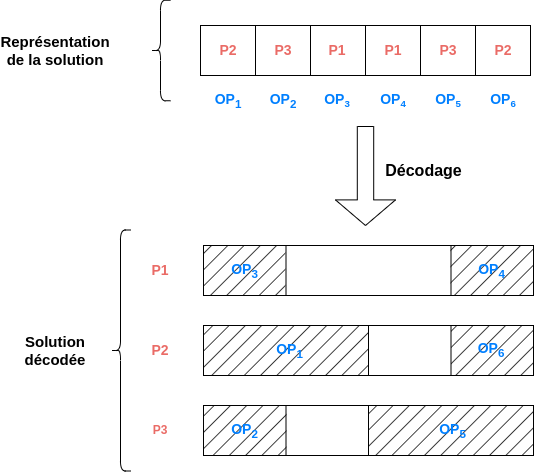
Above: Images/Schema/Modelisation.drawio.png in gasparddannet/AI_Project (draw.io), before the change. Source tidied: cells renumbered, new cells last; positions are measured from the earlier drawing's top-left corner, leaving out a move shared by most shapes.
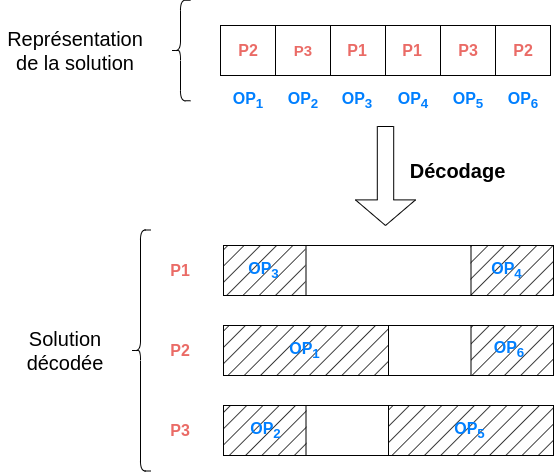
After the commit.

Change to the diagram source:
```diff
@@ -20,8 +20,8 @@
     <mxCell id="7" style="rounded=0;whiteSpace=wrap;html=1;fillColor=#000000;fillStyle=hatch;strokeColor=none;" parent="1" vertex="1">
       <mxGeometry x="450.5" y="325" width="83" height="50" as="geometry" />
     </mxCell>
-    <mxCell id="8" value="&lt;font style=&quot;font-size: 14px;&quot; color=&quot;#007fff&quot;&gt;&lt;b&gt;OP&lt;span style=&quot;&quot;&gt;&lt;sub&gt;6&lt;/sub&gt;&lt;/span&gt;&lt;/b&gt;&lt;/font&gt;" style="text;html=1;strokeColor=none;fillColor=none;align=center;verticalAlign=middle;whiteSpace=wrap;rounded=0;" parent="1" vertex="1">
-      <mxGeometry x="451" y="324" width="80" height="50" as="geometry" />
+    <mxCell id="8" value="&lt;font style=&quot;font-size: 16px;&quot; color=&quot;#007fff&quot;&gt;&lt;b&gt;OP&lt;span style=&quot;&quot;&gt;&lt;sub&gt;6&lt;/sub&gt;&lt;/span&gt;&lt;/b&gt;&lt;/font&gt;" style="text;html=1;strokeColor=none;fillColor=none;align=center;verticalAlign=middle;whiteSpace=wrap;rounded=0;" parent="1" vertex="1">
+      <mxGeometry x="449" y="324" width="80" height="50" as="geometry" />
     </mxCell>
     <mxCell id="9" style="rounded=0;whiteSpace=wrap;html=1;fillColor=#000000;fillStyle=hatch;strokeColor=none;" parent="1" vertex="1">
       <mxGeometry x="203" y="325" width="165" height="50" as="geometry" />
@@ -32,37 +32,37 @@
     <mxCell id="11" style="rounded=0;whiteSpace=wrap;html=1;fillColor=#000000;fillStyle=hatch;strokeColor=none;" parent="1" vertex="1">
       <mxGeometry x="203" y="245" width="82" height="50" as="geometry" />
     </mxCell>
-    <mxCell id="12" style="shape=process;whiteSpace=wrap;html=1;backgroundOutline=1;size=0.5;" parent="1" vertex="1">
+    <mxCell id="12" style="shape=process;whiteSpace=wrap;html=1;backgroundOutline=1;size=0.5;fillColor=none;" parent="1" vertex="1">
       <mxGeometry x="200" y="25" width="110" height="50" as="geometry" />
     </mxCell>
-    <mxCell id="13" style="shape=process;whiteSpace=wrap;html=1;backgroundOutline=1;size=0.5;align=center;" parent="1" vertex="1">
+    <mxCell id="13" style="shape=process;whiteSpace=wrap;html=1;backgroundOutline=1;size=0.5;align=center;fillColor=none;" parent="1" vertex="1">
       <mxGeometry x="310" y="25" width="110" height="50" as="geometry" />
     </mxCell>
-    <mxCell id="14" style="shape=process;whiteSpace=wrap;html=1;backgroundOutline=1;size=0.5;" parent="1" vertex="1">
+    <mxCell id="14" style="shape=process;whiteSpace=wrap;html=1;backgroundOutline=1;size=0.5;fillColor=none;" parent="1" vertex="1">
       <mxGeometry x="420" y="25" width="110" height="50" as="geometry" />
     </mxCell>
-    <mxCell id="15" style="shape=singleArrow;direction=south;whiteSpace=wrap;html=1;arrowWidth=0.273333740234375;arrowSize=0.2585859202375316;" parent="1" vertex="1">
+    <mxCell id="15" style="shape=singleArrow;direction=south;whiteSpace=wrap;html=1;arrowWidth=0.273333740234375;arrowSize=0.2585859202375316;fillColor=none;" parent="1" vertex="1">
       <mxGeometry x="335" y="126" width="60" height="99" as="geometry" />
     </mxCell>
-    <mxCell id="16" value="&lt;font style=&quot;font-size: 14px;&quot; color=&quot;#ea6b66&quot;&gt;&lt;b&gt;P2&lt;/b&gt;&lt;/font&gt;" style="text;html=1;strokeColor=none;fillColor=none;align=center;verticalAlign=middle;whiteSpace=wrap;rounded=0;" parent="1" vertex="1">
+    <mxCell id="16" value="&lt;font size=&quot;1&quot; style=&quot;&quot; color=&quot;#ea6b66&quot;&gt;&lt;b style=&quot;font-size: 16px;&quot;&gt;P2&lt;/b&gt;&lt;/font&gt;" style="text;html=1;strokeColor=none;fillColor=none;align=center;verticalAlign=middle;whiteSpace=wrap;rounded=0;" parent="1" vertex="1">
       <mxGeometry x="203" y="25" width="50" height="50" as="geometry" />
     </mxCell>
-    <mxCell id="17" value="&lt;font style=&quot;font-size: 14px;&quot; color=&quot;#ea6b66&quot;&gt;&lt;b&gt;P3&lt;/b&gt;&lt;/font&gt;" style="text;html=1;strokeColor=none;fillColor=none;align=center;verticalAlign=middle;whiteSpace=wrap;rounded=0;" parent="1" vertex="1">
+    <mxCell id="17" value="&lt;font size=&quot;1&quot; style=&quot;&quot; color=&quot;#ea6b66&quot;&gt;&lt;b style=&quot;font-size: 15px;&quot;&gt;P3&lt;/b&gt;&lt;/font&gt;" style="text;html=1;strokeColor=none;fillColor=none;align=center;verticalAlign=middle;whiteSpace=wrap;rounded=0;" parent="1" vertex="1">
       <mxGeometry x="258" y="25" width="50" height="50" as="geometry" />
     </mxCell>
-    <mxCell id="18" value="&lt;font style=&quot;font-size: 14px;&quot; color=&quot;#ea6b66&quot;&gt;&lt;b&gt;P1&lt;/b&gt;&lt;/font&gt;" style="text;html=1;strokeColor=none;fillColor=none;align=center;verticalAlign=middle;whiteSpace=wrap;rounded=0;" parent="1" vertex="1">
+    <mxCell id="18" value="&lt;font size=&quot;1&quot; style=&quot;&quot; color=&quot;#ea6b66&quot;&gt;&lt;b style=&quot;font-size: 16px;&quot;&gt;P1&lt;/b&gt;&lt;/font&gt;" style="text;html=1;strokeColor=none;fillColor=none;align=center;verticalAlign=middle;whiteSpace=wrap;rounded=0;" parent="1" vertex="1">
       <mxGeometry x="312" y="25" width="50" height="50" as="geometry" />
     </mxCell>
-    <mxCell id="19" value="&lt;font style=&quot;font-size: 14px;&quot; color=&quot;#ea6b66&quot;&gt;&lt;b&gt;P1&lt;/b&gt;&lt;/font&gt;" style="text;html=1;strokeColor=none;fillColor=none;align=center;verticalAlign=middle;whiteSpace=wrap;rounded=0;" parent="1" vertex="1">
-      <mxGeometry x="368" y="25" width="50" height="50" as="geometry" />
+    <mxCell id="19" value="&lt;font size=&quot;1&quot; style=&quot;&quot; color=&quot;#ea6b66&quot;&gt;&lt;b style=&quot;font-size: 16px;&quot;&gt;P1&lt;/b&gt;&lt;/font&gt;" style="text;html=1;strokeColor=none;fillColor=none;align=center;verticalAlign=middle;whiteSpace=wrap;rounded=0;" parent="1" vertex="1">
+      <mxGeometry x="366.5" y="25" width="50" height="50" as="geometry" />
     </mxCell>
-    <mxCell id="20" value="&lt;font style=&quot;font-size: 14px;&quot; color=&quot;#ea6b66&quot;&gt;&lt;b&gt;P3&lt;/b&gt;&lt;/font&gt;" style="text;html=1;strokeColor=none;fillColor=none;align=center;verticalAlign=middle;whiteSpace=wrap;rounded=0;" parent="1" vertex="1">
+    <mxCell id="20" value="&lt;font size=&quot;1&quot; style=&quot;&quot; color=&quot;#ea6b66&quot;&gt;&lt;b style=&quot;font-size: 16px;&quot;&gt;P3&lt;/b&gt;&lt;/font&gt;" style="text;html=1;strokeColor=none;fillColor=none;align=center;verticalAlign=middle;whiteSpace=wrap;rounded=0;" parent="1" vertex="1">
       <mxGeometry x="423" y="25" width="50" height="50" as="geometry" />
     </mxCell>
-    <mxCell id="21" value="&lt;font style=&quot;font-size: 14px;&quot; color=&quot;#ea6b66&quot;&gt;&lt;b&gt;P2&lt;/b&gt;&lt;/font&gt;" style="text;html=1;strokeColor=none;fillColor=none;align=center;verticalAlign=middle;whiteSpace=wrap;rounded=0;" parent="1" vertex="1">
+    <mxCell id="21" value="&lt;font size=&quot;1&quot; style=&quot;&quot; color=&quot;#ea6b66&quot;&gt;&lt;b style=&quot;font-size: 16px;&quot;&gt;P2&lt;/b&gt;&lt;/font&gt;" style="text;html=1;strokeColor=none;fillColor=none;align=center;verticalAlign=middle;whiteSpace=wrap;rounded=0;" parent="1" vertex="1">
       <mxGeometry x="478" y="25" width="50" height="50" as="geometry" />
     </mxCell>
-    <mxCell id="22" value="&lt;font style=&quot;font-size: 14px;&quot; color=&quot;#ea6b66&quot;&gt;&lt;b&gt;P1&lt;/b&gt;&lt;/font&gt;" style="text;html=1;strokeColor=none;fillColor=none;align=center;verticalAlign=middle;whiteSpace=wrap;rounded=0;" parent="1" vertex="1">
+    <mxCell id="22" value="&lt;font size=&quot;1&quot; style=&quot;&quot; color=&quot;#ea6b66&quot;&gt;&lt;b style=&quot;font-size: 16px;&quot;&gt;P1&lt;/b&gt;&lt;/font&gt;" style="text;html=1;strokeColor=none;fillColor=none;align=center;verticalAlign=middle;whiteSpace=wrap;rounded=0;" parent="1" vertex="1">
       <mxGeometry x="130" y="245" width="60" height="50" as="geometry" />
     </mxCell>
     <mxCell id="23" style="endArrow=none;html=1;rounded=0;entryX=0.25;entryY=0;entryDx=0;entryDy=0;exitX=0.25;exitY=1;exitDx=0;exitDy=0;" parent="1" edge="1" source="3" target="3">
@@ -71,7 +71,7 @@
     <mxCell id="24" style="endArrow=none;html=1;rounded=0;entryX=0.75;entryY=0;entryDx=0;entryDy=0;exitX=0.75;exitY=1;exitDx=0;exitDy=0;" parent="1" edge="1" source="3" target="3">
       <mxGeometry relative="1" as="geometry" />
     </mxCell>
-    <mxCell id="25" value="&lt;font style=&quot;font-size: 14px;&quot; color=&quot;#ea6b66&quot;&gt;&lt;b&gt;P2&lt;/b&gt;&lt;/font&gt;" style="text;html=1;strokeColor=none;fillColor=none;align=center;verticalAlign=middle;whiteSpace=wrap;rounded=0;" parent="1" vertex="1">
+    <mxCell id="25" value="&lt;font size=&quot;1&quot; style=&quot;&quot; color=&quot;#ea6b66&quot;&gt;&lt;b style=&quot;font-size: 16px;&quot;&gt;P2&lt;/b&gt;&lt;/font&gt;" style="text;html=1;strokeColor=none;fillColor=none;align=center;verticalAlign=middle;whiteSpace=wrap;rounded=0;" parent="1" vertex="1">
       <mxGeometry x="130" y="325" width="60" height="50" as="geometry" />
     </mxCell>
     <mxCell id="26" style="endArrow=none;html=1;rounded=0;entryX=0.5;entryY=0;entryDx=0;entryDy=0;exitX=0.5;exitY=1;exitDx=0;exitDy=0;" parent="1" edge="1" source="2" target="2">
@@ -80,7 +80,7 @@
     <mxCell id="27" style="endArrow=none;html=1;rounded=0;entryX=0.75;entryY=0;entryDx=0;entryDy=0;exitX=0.75;exitY=1;exitDx=0;exitDy=0;" parent="1" edge="1" source="2" target="2">
       <mxGeometry relative="1" as="geometry" />
     </mxCell>
-    <mxCell id="28" value="&lt;font color=&quot;#ea6b66&quot;&gt;&lt;b&gt;P3&lt;/b&gt;&lt;/font&gt;" style="text;html=1;strokeColor=none;fillColor=none;align=center;verticalAlign=middle;whiteSpace=wrap;rounded=0;" parent="1" vertex="1">
+    <mxCell id="28" value="&lt;font size=&quot;1&quot; color=&quot;#ea6b66&quot;&gt;&lt;b style=&quot;font-size: 16px;&quot;&gt;P3&lt;/b&gt;&lt;/font&gt;" style="text;html=1;strokeColor=none;fillColor=none;align=center;verticalAlign=middle;whiteSpace=wrap;rounded=0;" parent="1" vertex="1">
       <mxGeometry x="130" y="405" width="60" height="50" as="geometry" />
     </mxCell>
     <mxCell id="29" style="endArrow=none;html=1;rounded=0;entryX=0.25;entryY=0;entryDx=0;entryDy=0;exitX=0.25;exitY=1;exitDx=0;exitDy=0;" parent="1" edge="1" source="6" target="6">
@@ -89,41 +89,41 @@
     <mxCell id="30" style="endArrow=none;html=1;rounded=0;entryX=0.5;entryY=0;entryDx=0;entryDy=0;exitX=0.5;exitY=1;exitDx=0;exitDy=0;" parent="1" edge="1" source="6" target="6">
       <mxGeometry relative="1" as="geometry" />
     </mxCell>
-    <mxCell id="31" value="&lt;font style=&quot;font-size: 14px;&quot; color=&quot;#007fff&quot;&gt;&lt;b&gt;OP&lt;sub style=&quot;&quot;&gt;1&lt;/sub&gt;&lt;/b&gt;&lt;/font&gt;" style="text;html=1;strokeColor=none;fillColor=none;align=center;verticalAlign=middle;whiteSpace=wrap;rounded=0;" parent="1" vertex="1">
+    <mxCell id="31" value="&lt;font style=&quot;font-size: 16px;&quot; color=&quot;#007fff&quot;&gt;&lt;b&gt;OP&lt;sub style=&quot;&quot;&gt;1&lt;/sub&gt;&lt;/b&gt;&lt;/font&gt;" style="text;html=1;strokeColor=none;fillColor=none;align=center;verticalAlign=middle;whiteSpace=wrap;rounded=0;" parent="1" vertex="1">
       <mxGeometry x="203" y="85" width="50" height="30" as="geometry" />
     </mxCell>
-    <mxCell id="32" value="&lt;font style=&quot;font-size: 14px;&quot; color=&quot;#007fff&quot;&gt;&lt;b&gt;OP&lt;sub&gt;2&lt;/sub&gt;&lt;/b&gt;&lt;/font&gt;" style="text;html=1;strokeColor=none;fillColor=none;align=center;verticalAlign=middle;whiteSpace=wrap;rounded=0;" parent="1" vertex="1">
+    <mxCell id="32" value="&lt;font style=&quot;font-size: 16px;&quot; color=&quot;#007fff&quot;&gt;&lt;b&gt;OP&lt;sub&gt;2&lt;/sub&gt;&lt;/b&gt;&lt;/font&gt;" style="text;html=1;strokeColor=none;fillColor=none;align=center;verticalAlign=middle;whiteSpace=wrap;rounded=0;" parent="1" vertex="1">
       <mxGeometry x="258" y="85" width="50" height="30" as="geometry" />
     </mxCell>
-    <mxCell id="33" value="&lt;font style=&quot;font-size: 14px;&quot; color=&quot;#007fff&quot;&gt;&lt;b&gt;OP&lt;span style=&quot;&quot;&gt;&lt;sub&gt;5&lt;/sub&gt;&lt;/span&gt;&lt;/b&gt;&lt;/font&gt;" style="text;html=1;strokeColor=none;fillColor=none;align=center;verticalAlign=middle;whiteSpace=wrap;rounded=0;" parent="1" vertex="1">
-      <mxGeometry x="413.5" y="405" width="77" height="50" as="geometry" />
+    <mxCell id="33" value="&lt;font style=&quot;font-size: 16px;&quot; color=&quot;#007fff&quot;&gt;&lt;b&gt;OP&lt;span style=&quot;&quot;&gt;&lt;sub&gt;5&lt;/sub&gt;&lt;/span&gt;&lt;/b&gt;&lt;/font&gt;" style="text;html=1;strokeColor=none;fillColor=none;align=center;verticalAlign=middle;whiteSpace=wrap;rounded=0;" parent="1" vertex="1">
+      <mxGeometry x="410.5" y="405" width="77" height="50" as="geometry" />
     </mxCell>
-    <mxCell id="34" value="&lt;b&gt;&lt;font style=&quot;font-size: 14px;&quot; color=&quot;#007fff&quot;&gt;OP&lt;/font&gt;&lt;font style=&quot;font-size: 11.6667px;&quot; color=&quot;#007fff&quot;&gt;&lt;sub&gt;3&lt;/sub&gt;&lt;/font&gt;&lt;/b&gt;" style="text;html=1;strokeColor=none;fillColor=none;align=center;verticalAlign=middle;whiteSpace=wrap;rounded=0;" parent="1" vertex="1">
+    <mxCell id="34" value="&lt;b style=&quot;font-size: 16px;&quot;&gt;&lt;font style=&quot;font-size: 16px;&quot; color=&quot;#007fff&quot;&gt;OP&lt;/font&gt;&lt;font style=&quot;font-size: 16px;&quot; color=&quot;#007fff&quot;&gt;&lt;sub&gt;3&lt;/sub&gt;&lt;/font&gt;&lt;/b&gt;" style="text;html=1;strokeColor=none;fillColor=none;align=center;verticalAlign=middle;whiteSpace=wrap;rounded=0;" parent="1" vertex="1">
       <mxGeometry x="312" y="85" width="50" height="30" as="geometry" />
     </mxCell>
-    <mxCell id="35" value="&lt;b&gt;&lt;font style=&quot;font-size: 14px;&quot; color=&quot;#007fff&quot;&gt;OP&lt;/font&gt;&lt;font style=&quot;font-size: 11.6667px;&quot; color=&quot;#007fff&quot;&gt;&lt;sub&gt;4&lt;/sub&gt;&lt;/font&gt;&lt;/b&gt;" style="text;html=1;strokeColor=none;fillColor=none;align=center;verticalAlign=middle;whiteSpace=wrap;rounded=0;" parent="1" vertex="1">
+    <mxCell id="35" value="&lt;b style=&quot;font-size: 16px;&quot;&gt;&lt;font style=&quot;font-size: 16px;&quot; color=&quot;#007fff&quot;&gt;OP&lt;/font&gt;&lt;font style=&quot;font-size: 16px;&quot; color=&quot;#007fff&quot;&gt;&lt;sub&gt;4&lt;/sub&gt;&lt;/font&gt;&lt;/b&gt;" style="text;html=1;strokeColor=none;fillColor=none;align=center;verticalAlign=middle;whiteSpace=wrap;rounded=0;" parent="1" vertex="1">
       <mxGeometry x="368" y="85" width="50" height="30" as="geometry" />
     </mxCell>
-    <mxCell id="36" value="&lt;b&gt;&lt;font style=&quot;font-size: 14px;&quot; color=&quot;#007fff&quot;&gt;OP&lt;/font&gt;&lt;font style=&quot;font-size: 11.6667px;&quot; color=&quot;#007fff&quot;&gt;&lt;sub&gt;5&lt;/sub&gt;&lt;/font&gt;&lt;/b&gt;" style="text;html=1;strokeColor=none;fillColor=none;align=center;verticalAlign=middle;whiteSpace=wrap;rounded=0;" parent="1" vertex="1">
+    <mxCell id="36" value="&lt;b style=&quot;font-size: 16px;&quot;&gt;&lt;font style=&quot;font-size: 16px;&quot; color=&quot;#007fff&quot;&gt;OP&lt;/font&gt;&lt;font style=&quot;font-size: 16px;&quot; color=&quot;#007fff&quot;&gt;&lt;sub&gt;5&lt;/sub&gt;&lt;/font&gt;&lt;/b&gt;" style="text;html=1;strokeColor=none;fillColor=none;align=center;verticalAlign=middle;whiteSpace=wrap;rounded=0;" parent="1" vertex="1">
       <mxGeometry x="423" y="85" width="50" height="30" as="geometry" />
     </mxCell>
-    <mxCell id="37" value="&lt;font style=&quot;font-size: 14px;&quot; color=&quot;#007fff&quot;&gt;&lt;b&gt;OP&lt;sub&gt;3&lt;/sub&gt;&lt;/b&gt;&lt;/font&gt;" style="text;html=1;strokeColor=none;fillColor=none;align=center;verticalAlign=middle;whiteSpace=wrap;rounded=0;" parent="1" vertex="1">
-      <mxGeometry x="206" y="245" width="77" height="50" as="geometry" />
+    <mxCell id="37" value="&lt;font style=&quot;font-size: 16px;&quot; color=&quot;#007fff&quot;&gt;&lt;b&gt;OP&lt;sub&gt;3&lt;/sub&gt;&lt;/b&gt;&lt;/font&gt;" style="text;html=1;strokeColor=none;fillColor=none;align=center;verticalAlign=middle;whiteSpace=wrap;rounded=0;" parent="1" vertex="1">
+      <mxGeometry x="205" y="245" width="77" height="50" as="geometry" />
     </mxCell>
-    <mxCell id="38" value="&lt;font style=&quot;font-size: 14px;&quot; color=&quot;#007fff&quot;&gt;&lt;b&gt;OP&lt;sub&gt;4&lt;/sub&gt;&lt;/b&gt;&lt;/font&gt;" style="text;html=1;strokeColor=none;fillColor=none;align=center;verticalAlign=middle;whiteSpace=wrap;rounded=0;" parent="1" vertex="1">
-      <mxGeometry x="453" y="245" width="77" height="50" as="geometry" />
+    <mxCell id="38" value="&lt;font style=&quot;font-size: 16px;&quot; color=&quot;#007fff&quot;&gt;&lt;b&gt;OP&lt;sub&gt;4&lt;/sub&gt;&lt;/b&gt;&lt;/font&gt;" style="text;html=1;strokeColor=none;fillColor=none;align=center;verticalAlign=middle;whiteSpace=wrap;rounded=0;" parent="1" vertex="1">
+      <mxGeometry x="448" y="245" width="77" height="50" as="geometry" />
     </mxCell>
-    <mxCell id="39" value="&lt;b&gt;&lt;font style=&quot;font-size: 14px;&quot; color=&quot;#007fff&quot;&gt;OP&lt;/font&gt;&lt;font style=&quot;font-size: 11.6667px;&quot; color=&quot;#007fff&quot;&gt;&lt;sub&gt;6&lt;/sub&gt;&lt;/font&gt;&lt;/b&gt;" style="text;html=1;strokeColor=none;fillColor=none;align=center;verticalAlign=middle;whiteSpace=wrap;rounded=0;" parent="1" vertex="1">
+    <mxCell id="39" value="&lt;b style=&quot;font-size: 16px;&quot;&gt;&lt;font style=&quot;font-size: 16px;&quot; color=&quot;#007fff&quot;&gt;OP&lt;/font&gt;&lt;font style=&quot;font-size: 16px;&quot; color=&quot;#007fff&quot;&gt;&lt;sub&gt;6&lt;/sub&gt;&lt;/font&gt;&lt;/b&gt;" style="text;html=1;strokeColor=none;fillColor=none;align=center;verticalAlign=middle;whiteSpace=wrap;rounded=0;" parent="1" vertex="1">
       <mxGeometry x="478" y="85" width="50" height="30" as="geometry" />
     </mxCell>
-    <mxCell id="40" value="&lt;font style=&quot;font-size: 16px;&quot;&gt;&lt;b&gt;Décodage&lt;/b&gt;&lt;/font&gt;" style="text;html=1;strokeColor=none;fillColor=none;align=center;verticalAlign=middle;whiteSpace=wrap;rounded=0;" parent="1" vertex="1">
-      <mxGeometry x="372.5" y="155" width="100.5" height="30" as="geometry" />
+    <mxCell id="40" value="&lt;font size=&quot;1&quot; style=&quot;&quot;&gt;&lt;span style=&quot;font-size: 20px;&quot;&gt;&lt;b&gt;Décodage&lt;/b&gt;&lt;/span&gt;&lt;/font&gt;" style="text;html=1;strokeColor=none;fillColor=none;align=center;verticalAlign=middle;whiteSpace=wrap;rounded=0;" parent="1" vertex="1">
+      <mxGeometry x="387.5" y="155" width="100.5" height="30" as="geometry" />
     </mxCell>
-    <mxCell id="41" value="&lt;font style=&quot;font-size: 15px;&quot;&gt;&lt;b&gt;Représentation de la solution&lt;/b&gt;&lt;/font&gt;" style="text;html=1;strokeColor=none;fillColor=none;align=center;verticalAlign=middle;whiteSpace=wrap;rounded=0;" parent="1" vertex="1">
+    <mxCell id="41" value="&lt;font size=&quot;1&quot; style=&quot;&quot;&gt;&lt;span style=&quot;font-size: 20px;&quot;&gt;Représentation de la solution&lt;/span&gt;&lt;/font&gt;" style="text;html=1;strokeColor=none;fillColor=none;align=center;verticalAlign=middle;whiteSpace=wrap;rounded=0;" parent="1" vertex="1">
       <mxGeometry y="15" width="110" height="70" as="geometry" />
     </mxCell>
-    <mxCell id="42" value="&lt;font style=&quot;font-size: 15px;&quot;&gt;&lt;b&gt;Solution décodée&lt;/b&gt;&lt;/font&gt;" style="text;html=1;strokeColor=none;fillColor=none;align=center;verticalAlign=middle;whiteSpace=wrap;rounded=0;" parent="1" vertex="1">
-      <mxGeometry y="315" width="110" height="70" as="geometry" />
+    <mxCell id="42" value="&lt;font size=&quot;1&quot; style=&quot;&quot;&gt;&lt;span style=&quot;font-size: 20px;&quot;&gt;Solution décodée&lt;/span&gt;&lt;/font&gt;" style="text;html=1;strokeColor=none;fillColor=none;align=center;verticalAlign=middle;whiteSpace=wrap;rounded=0;" parent="1" vertex="1">
+      <mxGeometry x="-20" y="315" width="130" height="70" as="geometry" />
     </mxCell>
     <mxCell id="43" style="shape=curlyBracket;whiteSpace=wrap;html=1;rounded=1;labelPosition=left;verticalLabelPosition=middle;align=right;verticalAlign=middle;" parent="1" vertex="1">
       <mxGeometry x="110" y="229.5" width="20" height="241" as="geometry" />
@@ -131,11 +131,11 @@
     <mxCell id="44" style="shape=curlyBracket;whiteSpace=wrap;html=1;rounded=1;labelPosition=left;verticalLabelPosition=middle;align=right;verticalAlign=middle;" parent="1" vertex="1">
       <mxGeometry x="150" y="-0.2" width="20" height="100.5" as="geometry" />
     </mxCell>
-    <mxCell id="45" value="&lt;font style=&quot;font-size: 14px;&quot; color=&quot;#007fff&quot;&gt;&lt;b&gt;OP&lt;sub style=&quot;border-color: var(--border-color);&quot;&gt;1&lt;/sub&gt;&lt;/b&gt;&lt;/font&gt;" style="text;html=1;strokeColor=none;fillColor=none;align=center;verticalAlign=middle;whiteSpace=wrap;rounded=0;" parent="1" vertex="1">
-      <mxGeometry x="251" y="325" width="77" height="50" as="geometry" />
+    <mxCell id="45" value="&lt;font style=&quot;font-size: 16px;&quot; color=&quot;#007fff&quot;&gt;&lt;b&gt;OP&lt;sub style=&quot;border-color: var(--border-color);&quot;&gt;1&lt;/sub&gt;&lt;/b&gt;&lt;/font&gt;" style="text;html=1;strokeColor=none;fillColor=none;align=center;verticalAlign=middle;whiteSpace=wrap;rounded=0;" parent="1" vertex="1">
+      <mxGeometry x="246" y="325" width="77" height="50" as="geometry" />
     </mxCell>
-    <mxCell id="46" value="&lt;font style=&quot;font-size: 14px;&quot; color=&quot;#007fff&quot;&gt;&lt;b&gt;OP&lt;span style=&quot;&quot;&gt;&lt;sub&gt;2&lt;/sub&gt;&lt;/span&gt;&lt;/b&gt;&lt;/font&gt;" style="text;html=1;strokeColor=none;fillColor=none;align=center;verticalAlign=middle;whiteSpace=wrap;rounded=0;" parent="1" vertex="1">
-      <mxGeometry x="205.5" y="405" width="77" height="50" as="geometry" />
+    <mxCell id="46" value="&lt;font style=&quot;font-size: 16px;&quot; color=&quot;#007fff&quot;&gt;&lt;b&gt;OP&lt;span style=&quot;&quot;&gt;&lt;sub&gt;2&lt;/sub&gt;&lt;/span&gt;&lt;/b&gt;&lt;/font&gt;" style="text;html=1;strokeColor=none;fillColor=none;align=center;verticalAlign=middle;whiteSpace=wrap;rounded=0;" parent="1" vertex="1">
+      <mxGeometry x="206.5" y="405" width="77" height="50" as="geometry" />
     </mxCell>
   </root>
 </mxGraphModel>
```
